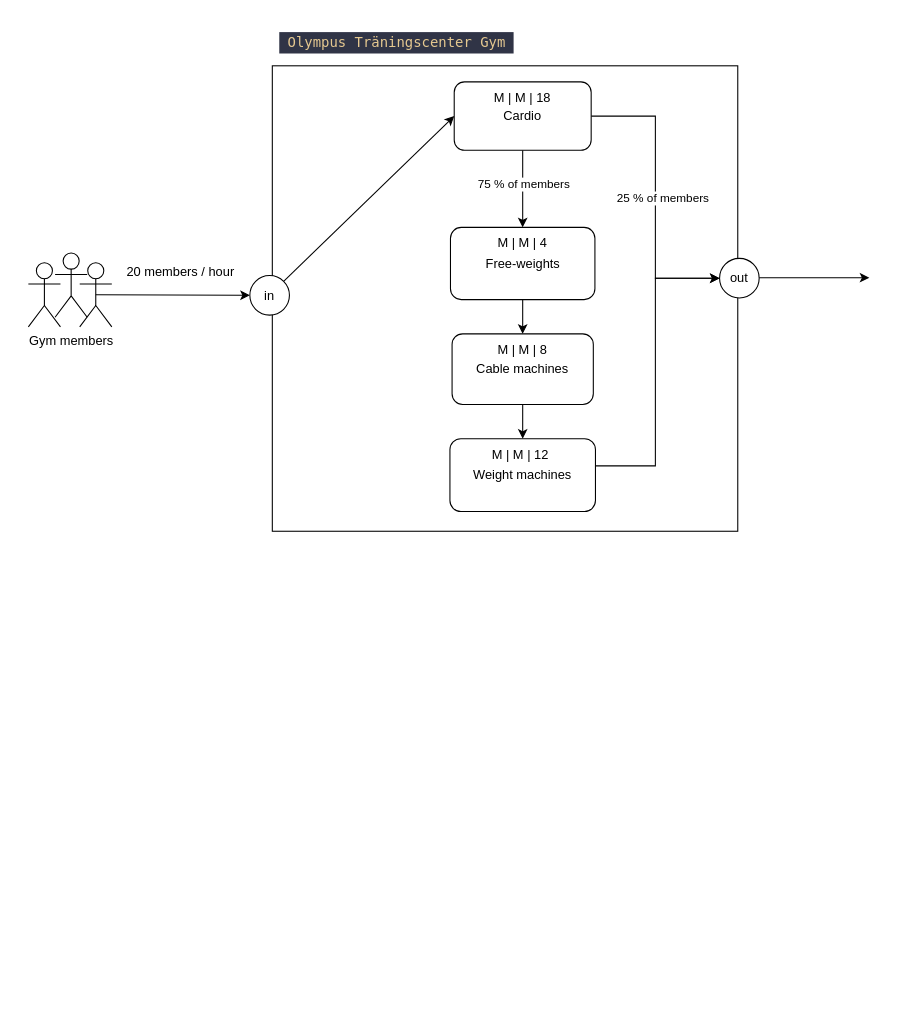
Above: A1/rough-cut-model.drawio in MScSoftwareTechnology2024-2025/1S_systems_modeling_and_simulation (draw.io), before the change. Source tidied: cells renumbered, new cells numbered last; positions are measured from the earlier drawing's top-left corner, leaving out a move shared by most shapes. Both pictures are drawn from the tidied source at 107%, with x=0, y=0 at pixel (18, 18).
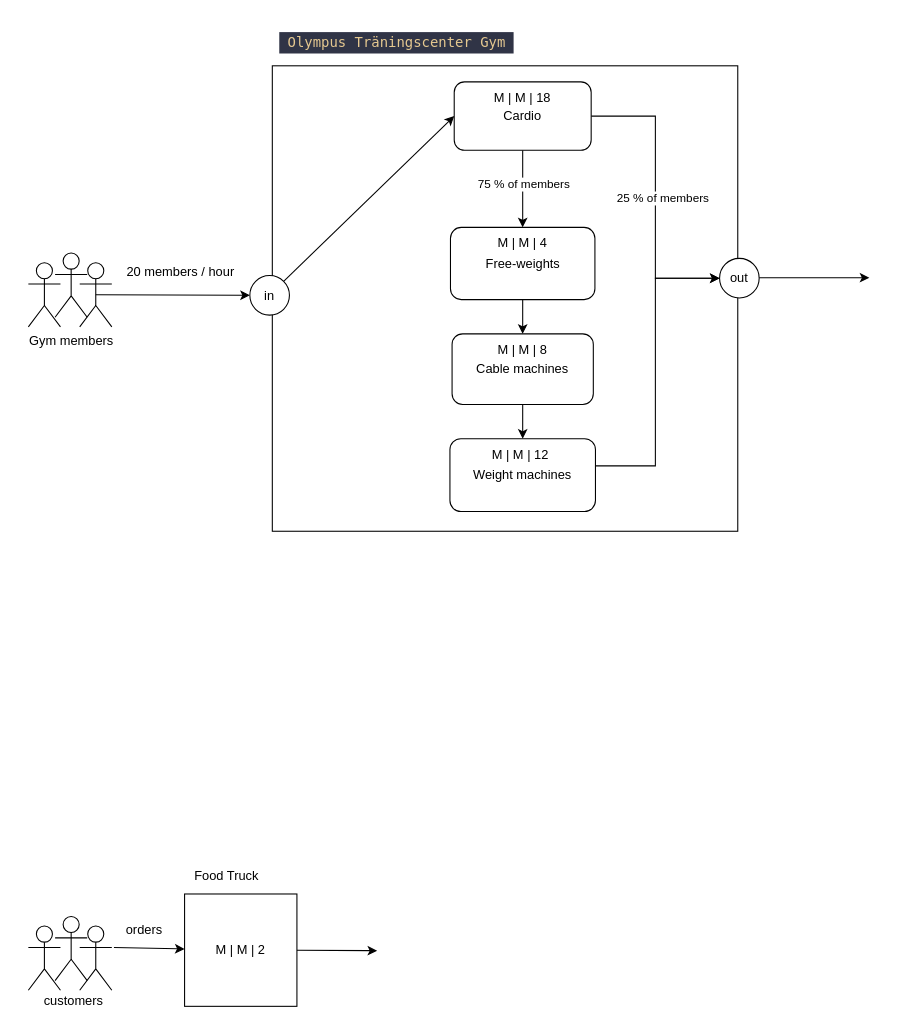
After the change.

What changed in the source:
```diff
@@
+    <mxCell id="31" style="group;" parent="1" vertex="1">
+      <mxGeometry x="9" y="839" width="78" height="69" as="geometry" />
+    </mxCell>
+    <mxCell id="32" style="shape=umlActor;verticalLabelPosition=bottom;verticalAlign=top;html=1;" parent="31" vertex="1">
+      <mxGeometry x="25" width="30" height="60" as="geometry" />
+    </mxCell>
+    <mxCell id="33" style="shape=umlActor;verticalLabelPosition=bottom;verticalAlign=top;html=1;" parent="31" vertex="1">
+      <mxGeometry y="9" width="30" height="60" as="geometry" />
+    </mxCell>
+    <mxCell id="34" style="shape=umlActor;verticalLabelPosition=bottom;verticalAlign=top;html=1;" parent="31" vertex="1">
+      <mxGeometry x="48" y="9" width="30" height="60" as="geometry" />
+    </mxCell>
+    <mxCell id="35" style="endArrow=classic;html=1;rounded=0;" parent="1" edge="1" target="36">
+      <mxGeometry relative="1" as="geometry">
+        <mxPoint x="89" y="868" as="sourcePoint" />
+      </mxGeometry>
+    </mxCell>
+    <mxCell id="36" value="M |&amp;nbsp;&lt;span style=&quot;background-color: initial;&quot;&gt;M | 2&lt;/span&gt;" style="whiteSpace=wrap;html=1;" parent="1" vertex="1">
+      <mxGeometry x="155" y="818" width="105" height="105" as="geometry" />
+    </mxCell>
+    <mxCell id="37" value="Food Truck" style="text;html=1;align=center;verticalAlign=middle;strokeColor=none;fillColor=none;" parent="1" vertex="1">
+      <mxGeometry x="155" y="788" width="78" height="26" as="geometry" />
+    </mxCell>
+    <mxCell id="38" value="orders" style="text;html=1;align=center;verticalAlign=middle;strokeColor=none;fillColor=none;" parent="1" vertex="1">
+      <mxGeometry x="91" y="839" width="52" height="26" as="geometry" />
+    </mxCell>
+    <mxCell id="39" style="endArrow=classic;html=1;rounded=0;exitX=1;exitY=0.5;exitDx=0;exitDy=0;" parent="1" edge="1" source="36">
+      <mxGeometry relative="1" as="geometry">
+        <mxPoint x="335" y="871" as="targetPoint" />
+      </mxGeometry>
+    </mxCell>
+    <mxCell id="40" value="customers" style="text;html=1;align=center;verticalAlign=middle;strokeColor=none;fillColor=none;" parent="1" vertex="1">
+      <mxGeometry x="14" y="905" width="73" height="26" as="geometry" />
+    </mxCell>
```
